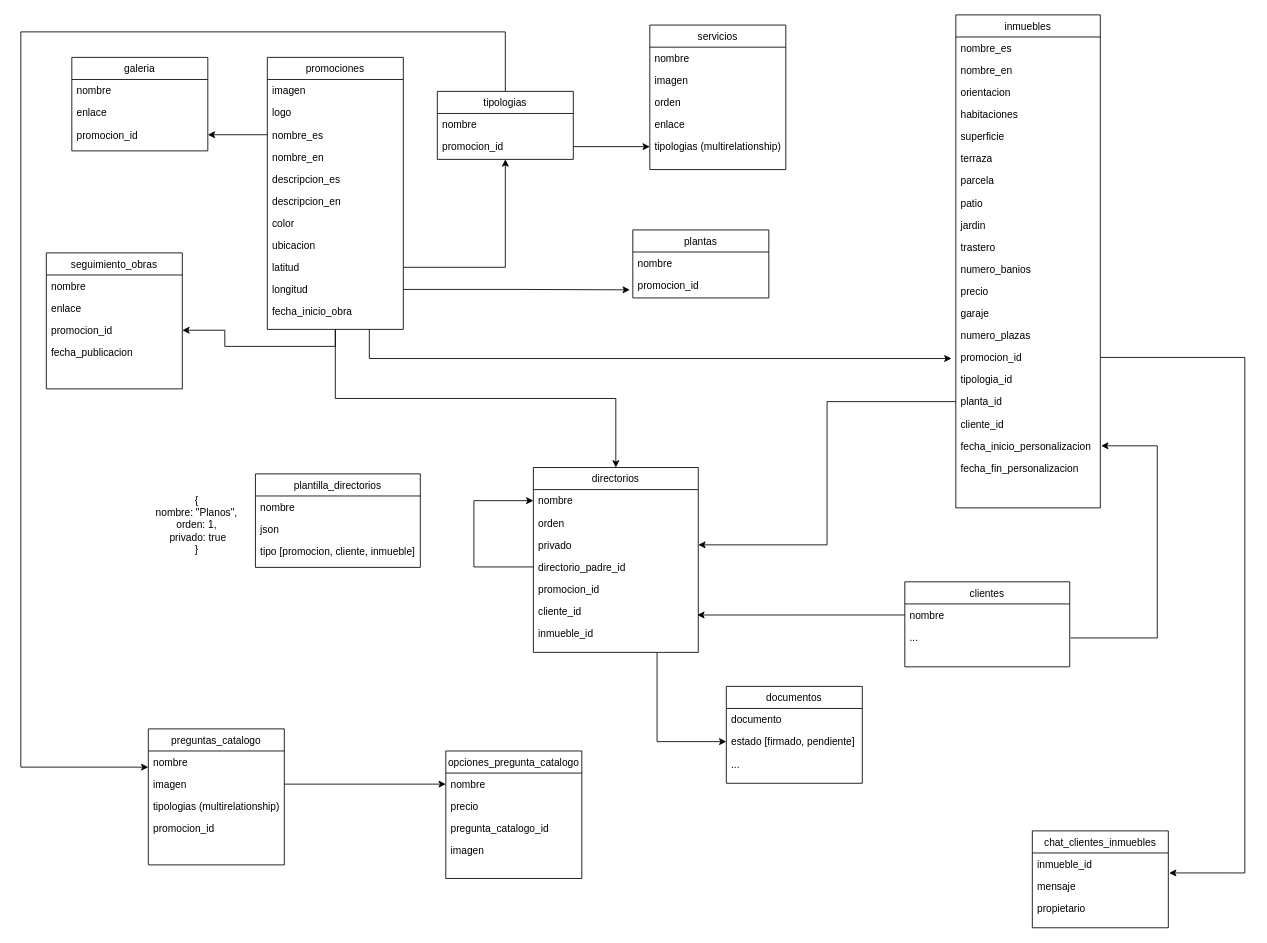
Before: Diagrama sin título.drawio in abdell1999/blog, a draw.io diagram. Source tidied: cells renumbered, new cells numbered last; positions are measured from the earlier drawing's top-left corner, leaving out a move shared by most shapes. Both pictures are drawn from the tidied source at 85%, with x=0, y=0 at pixel (20, 14).
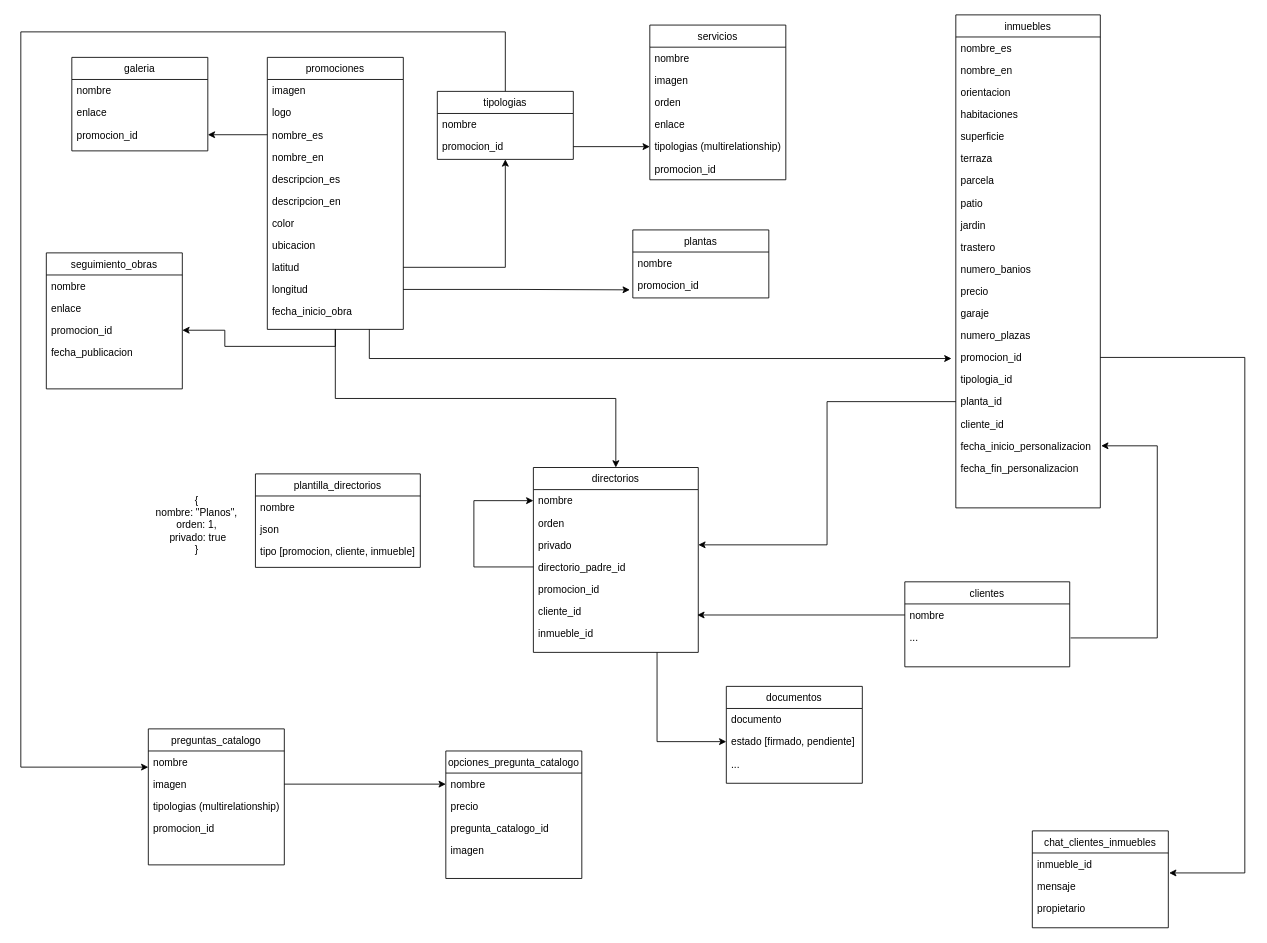
After the change.

Diff of the diagram source:
```diff
@@
     <mxCell id="43" value="servicios" style="swimlane;fontStyle=0;align=center;verticalAlign=top;horizontal=1;startSize=26;rounded=0;shadow=0;strokeWidth=1;" parent="1" vertex="1">
-      <mxGeometry x="740" y="12" width="160" height="170" as="geometry" />
+      <mxGeometry x="740" y="12" width="160" height="182" as="geometry" />
     </mxCell>
@@
+    <mxCell id="106" value="promocion_id" style="text;align=left;verticalAlign=top;spacingLeft=4;spacingRight=4;overflow=hidden;rounded=0;shadow=0;html=0;" parent="43" vertex="1">
+      <mxGeometry y="156" width="160" height="26" as="geometry" />
+    </mxCell>
```
